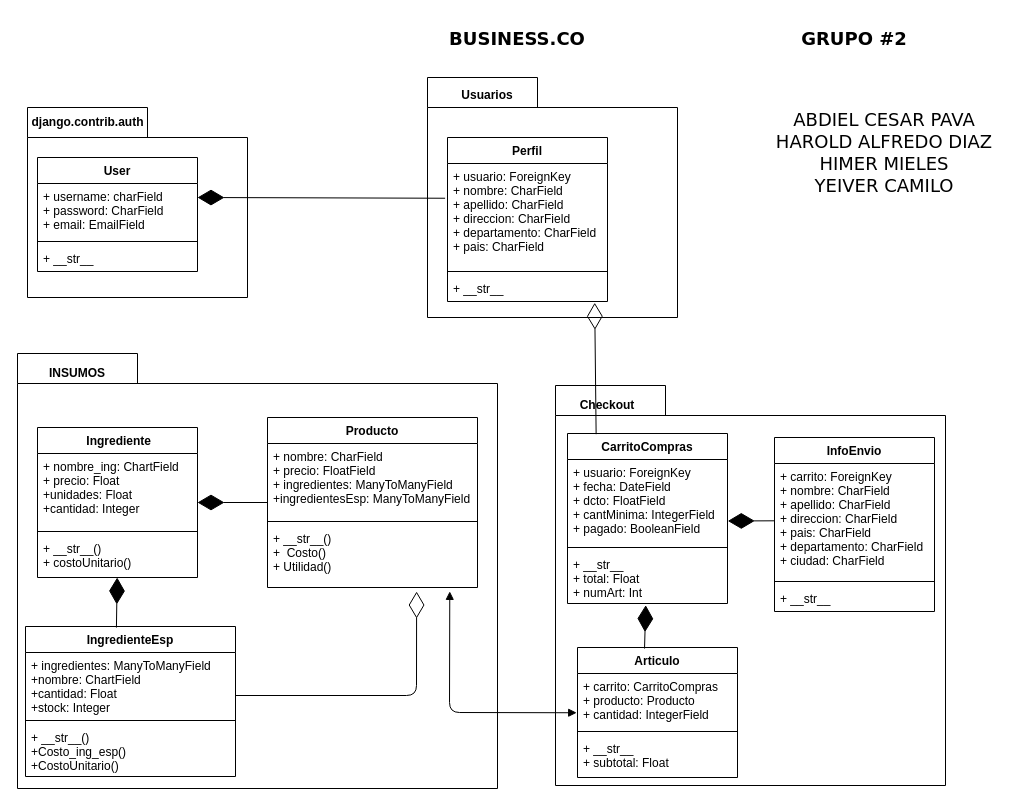
abdielpava/business_co keeps this draw.io diagram as Untitled Diagram.drawio. Above is the earlier version. Source tidied: cells renumbered, new cells numbered last; positions are measured from the earlier drawing's top-left corner, leaving out a move shared by most shapes. Both pictures are drawn from the tidied source at 100%, with x=0, y=0 at pixel (17, 17).
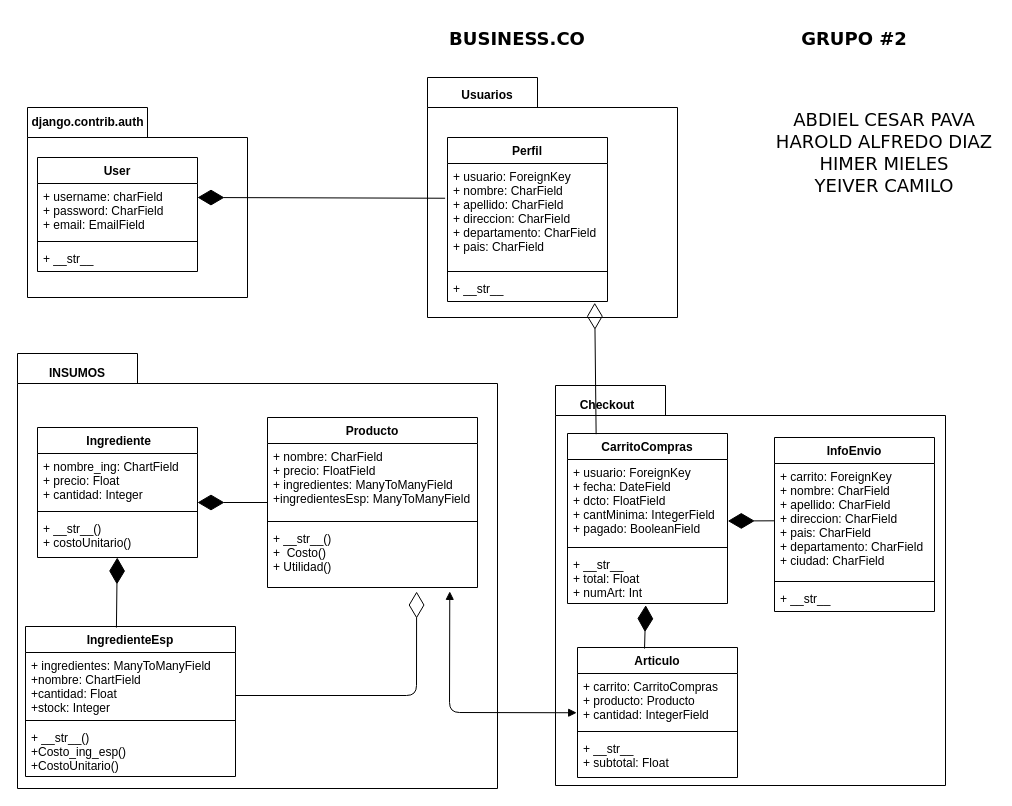
Above is the later version.

The edit, as a diff of the source:
```diff
@@
     <mxCell id="4" value=" Ingrediente" style="swimlane;fontStyle=1;align=center;verticalAlign=top;horizontal=1;startSize=26;" parent="1" vertex="1">
-      <mxGeometry x="20" y="410" width="160" height="150" as="geometry" />
+      <mxGeometry x="20" y="410" width="160" height="130" as="geometry" />
     </mxCell>
-    <mxCell id="5" value="+ nombre_ing: ChartField&#10;+ precio: Float&#10;+unidades: Float&#10;+cantidad: Integer&#10;" style="text;strokeColor=none;fillColor=none;align=left;verticalAlign=top;spacingLeft=4;spacingRight=4;overflow=hidden;" parent="4" vertex="1">
-      <mxGeometry y="26" width="160" height="74" as="geometry" />
+    <mxCell id="5" value="+ nombre_ing: ChartField&#10;+ precio: Float&#10;+ cantidad: Integer&#10;" style="text;strokeColor=none;fillColor=none;align=left;verticalAlign=top;spacingLeft=4;spacingRight=4;overflow=hidden;" parent="4" vertex="1">
+      <mxGeometry y="26" width="160" height="54" as="geometry" />
     </mxCell>
     <mxCell id="6" style="line;strokeWidth=1;fillColor=none;align=left;verticalAlign=middle;spacingTop=-1;spacingLeft=3;spacingRight=3;labelPosition=right;" parent="4" vertex="1">
-      <mxGeometry y="100" width="160" height="8" as="geometry" />
+      <mxGeometry y="80" width="160" height="8" as="geometry" />
     </mxCell>
     <mxCell id="7" value="+ __str__()&#10;+ costoUnitario()" style="text;strokeColor=none;fillColor=none;align=left;verticalAlign=top;spacingLeft=4;spacingRight=4;overflow=hidden;points=[[0,0.5],[1,0.5]];portConstraint=eastwest;" parent="4" vertex="1">
-      <mxGeometry y="108" width="160" height="42" as="geometry" />
+      <mxGeometry y="88" width="160" height="42" as="geometry" />
     </mxCell>
```
